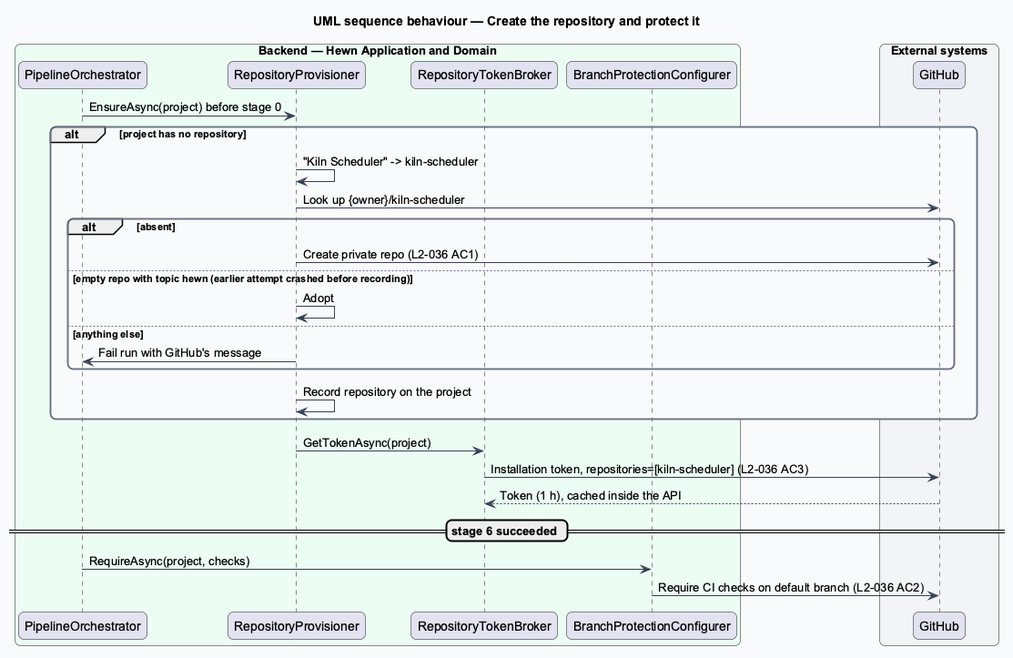
Earlier version of the PlantUML export docs/detailed-designs/source-control/connect-to-github/diagrams/sequence-provision.png (QuinntyneBrown/hewn).
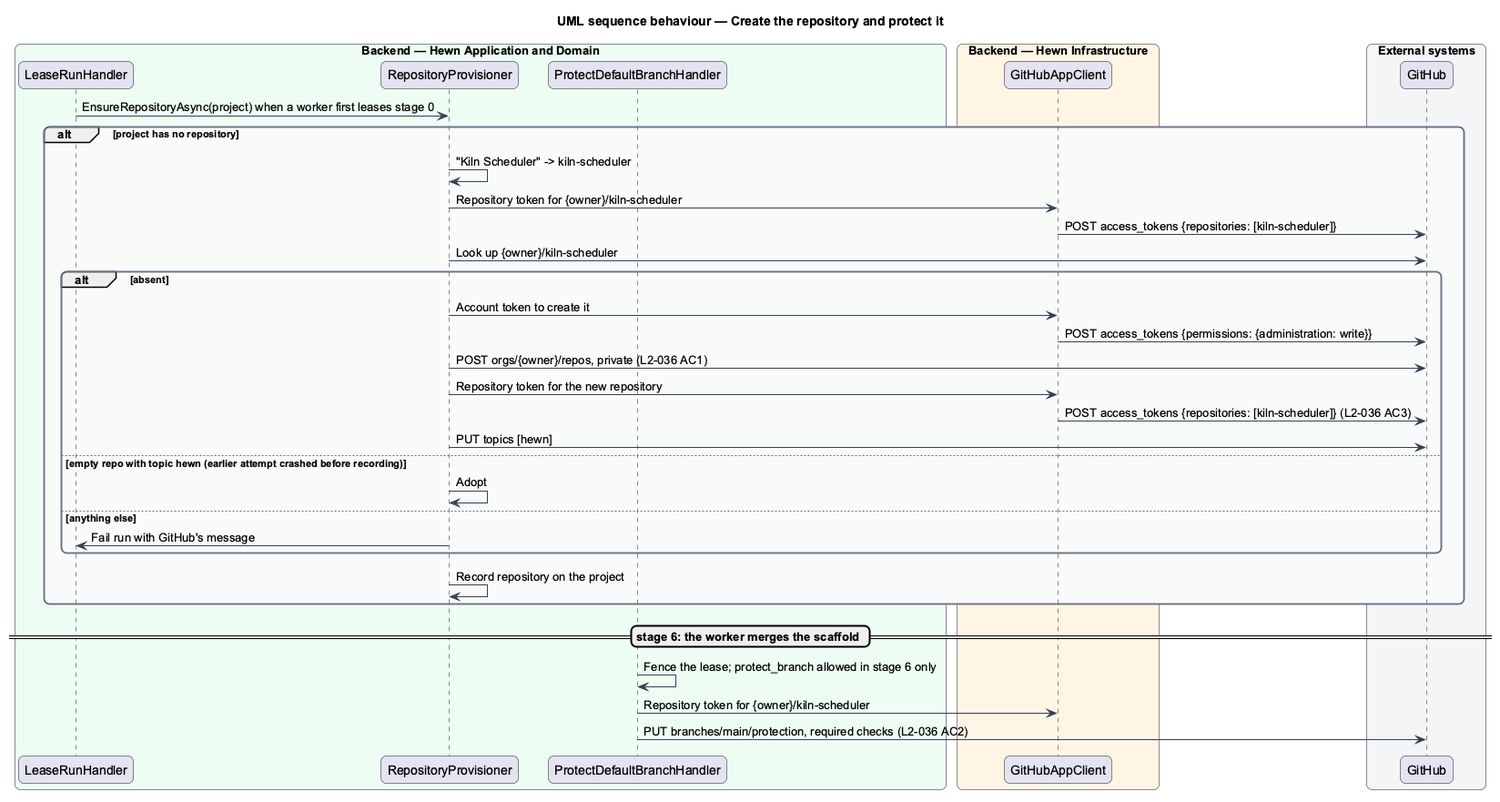
After the change.

The edit, as a diff of the source:
```diff
@@ -16,31 +16,38 @@
 }
 skinparam sequenceMessageAlign left
 box "Backend — Hewn Application and Domain" #ECFDF3
-  participant "PipelineOrchestrator" as orch
+  participant "LeaseRunHandler" as lease
   participant "RepositoryProvisioner" as prov
-  participant "RepositoryTokenBroker" as tokens
-  participant "BranchProtectionConfigurer" as bp
+  participant "ProtectDefaultBranchHandler" as bp
+end box
+box "Backend — Hewn Infrastructure" #FFF4E5
+  participant "GitHubAppClient" as tokens
 end box
 box "External systems" #F2F4F7
   participant "GitHub" as gh
 end box
-orch -> prov : EnsureAsync(project) before stage 0
+lease -> prov : EnsureRepositoryAsync(project) when a worker first leases stage 0
 alt project has no repository
   prov -> prov : "Kiln Scheduler" -> kiln-scheduler
+  prov -> tokens : Repository token for {owner}/kiln-scheduler
+  tokens -> gh : POST access_tokens {repositories: [kiln-scheduler]}
   prov -> gh : Look up {owner}/kiln-scheduler
   alt absent
-    prov -> gh : Create private repo (L2-036 AC1)
+    prov -> tokens : Account token to create it
+    tokens -> gh : POST access_tokens {permissions: {administration: write}}
+    prov -> gh : POST orgs/{owner}/repos, private (L2-036 AC1)
+    prov -> tokens : Repository token for the new repository
+    tokens -> gh : POST access_tokens {repositories: [kiln-scheduler]} (L2-036 AC3)
+    prov -> gh : PUT topics [hewn]
   else empty repo with topic hewn (earlier attempt crashed before recording)
     prov -> prov : Adopt
   else anything else
-    prov -> orch : Fail run with GitHub's message
+    prov -> lease : Fail run with GitHub's message
   end
   prov -> prov : Record repository on the project
 end
-prov -> tokens : GetTokenAsync(project)
-tokens -> gh : Installation token, repositories=[kiln-scheduler] (L2-036 AC3)
-gh --> tokens : Token (1 h), cached inside the API
-== stage 6 succeeded ==
-orch -> bp : RequireAsync(project, checks)
-bp -> gh : Require CI checks on default branch (L2-036 AC2)
+== stage 6: the worker merges the scaffold ==
+bp -> bp : Fence the lease; protect_branch allowed in stage 6 only
+bp -> tokens : Repository token for {owner}/kiln-scheduler
+bp -> gh : PUT branches/main/protection, required checks (L2-036 AC2)
 @enduml
```
